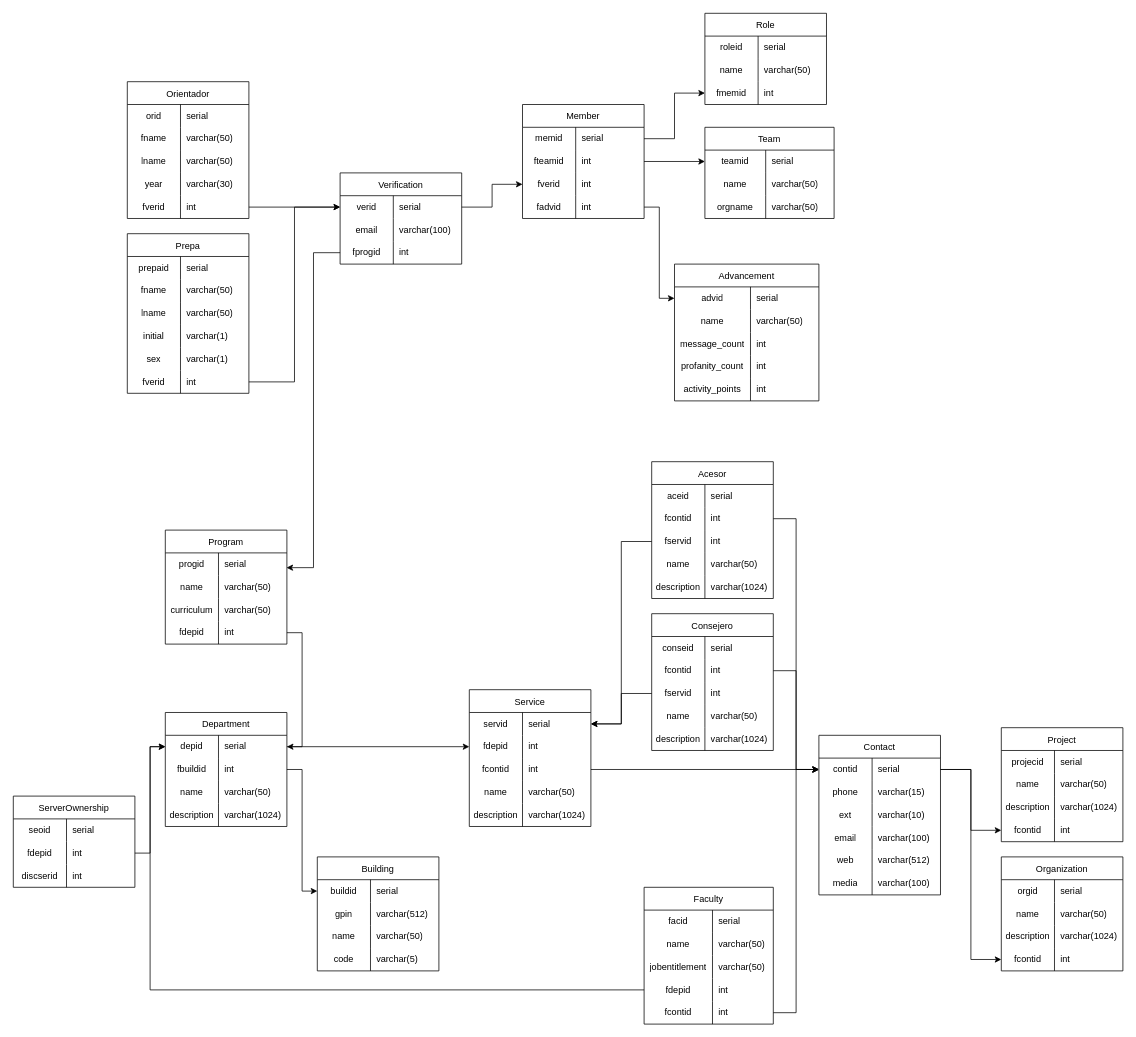
Above: schema/Untitled Diagram.drawio in AlfredoSoto1/BotOrientador (draw.io), before the change. Source tidied: cells renumbered, new cells numbered last; positions are measured from the earlier drawing's top-left corner, leaving out a move shared by most shapes. Both pictures are drawn from the tidied source at 76%, with x=0, y=0 at pixel (13, 13).
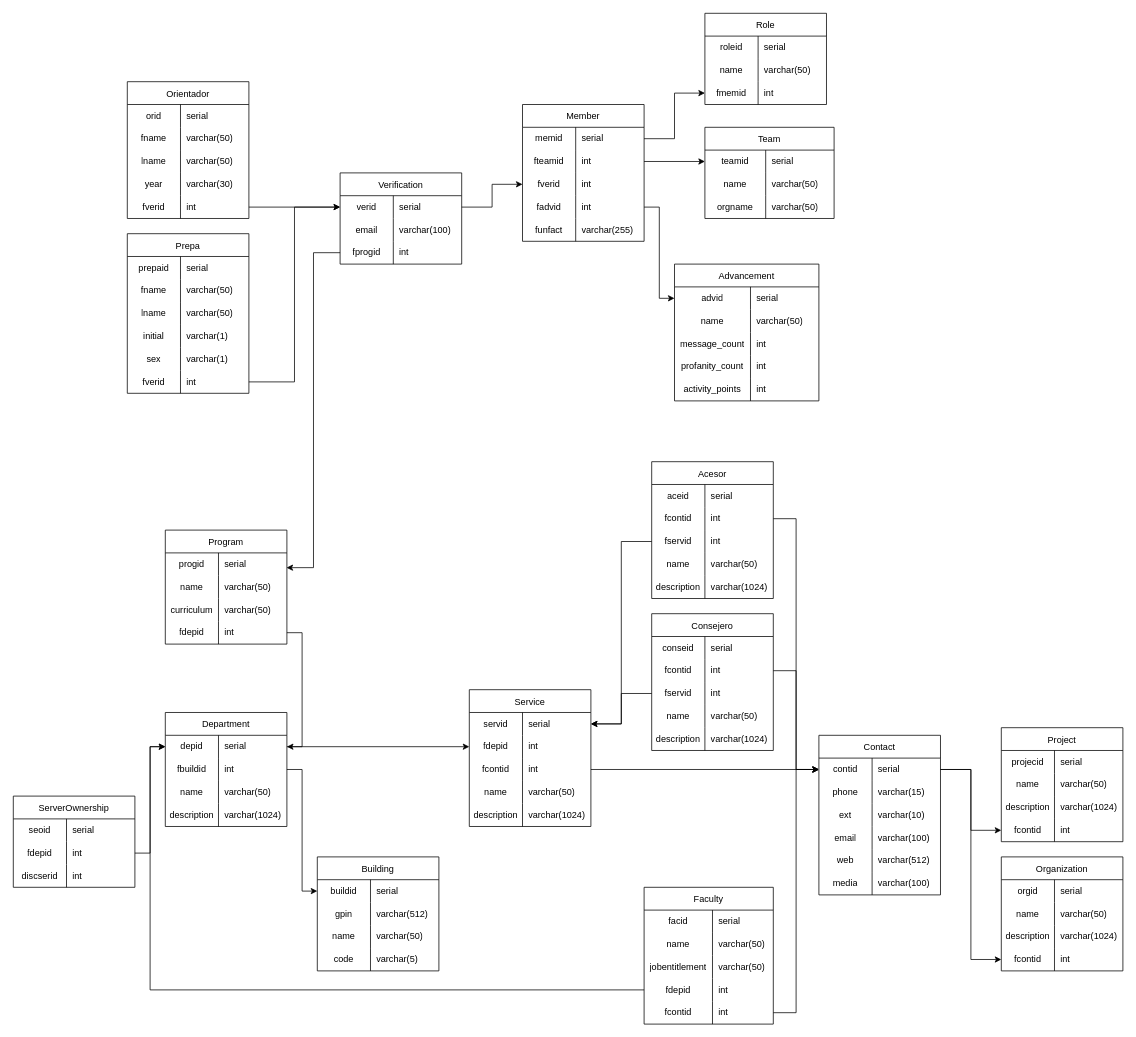
The same page after the edit.

The edit, as a diff of the source:
```diff
@@
     <mxCell id="47" value="Member" style="shape=table;startSize=30;childLayout=tableLayout;rowLines=0;fontStyle=0;strokeColor=default;fontSize=12;" parent="1" vertex="1">
-      <mxGeometry x="670" y="120" width="160" height="150" as="geometry" />
+      <mxGeometry x="670" y="120" width="160" height="180" as="geometry" />
     </mxCell>
@@
+    <mxCell id="275" style="shape=tableRow;horizontal=0;startSize=0;swimlaneHead=0;swimlaneBody=0;top=0;left=0;bottom=0;right=0;fillColor=none;strokeColor=inherit;fontSize=12;" parent="47" vertex="1">
+      <mxGeometry y="150" width="160" height="30" as="geometry" />
+    </mxCell>
+    <mxCell id="276" value="funfact" style="shape=partialRectangle;html=1;whiteSpace=wrap;fillColor=none;top=0;left=0;bottom=0;right=0;overflow=hidden;strokeColor=inherit;fontSize=12;" parent="275" vertex="1">
+      <mxGeometry width="70" height="30" as="geometry" />
+    </mxCell>
+    <mxCell id="277" value="varchar(255)" style="shape=partialRectangle;html=1;whiteSpace=wrap;fillColor=none;top=0;left=0;bottom=0;right=0;align=left;spacingLeft=6;overflow=hidden;strokeColor=inherit;fontSize=12;" parent="275" vertex="1">
+      <mxGeometry x="70" width="90" height="30" as="geometry" />
+    </mxCell>
```
